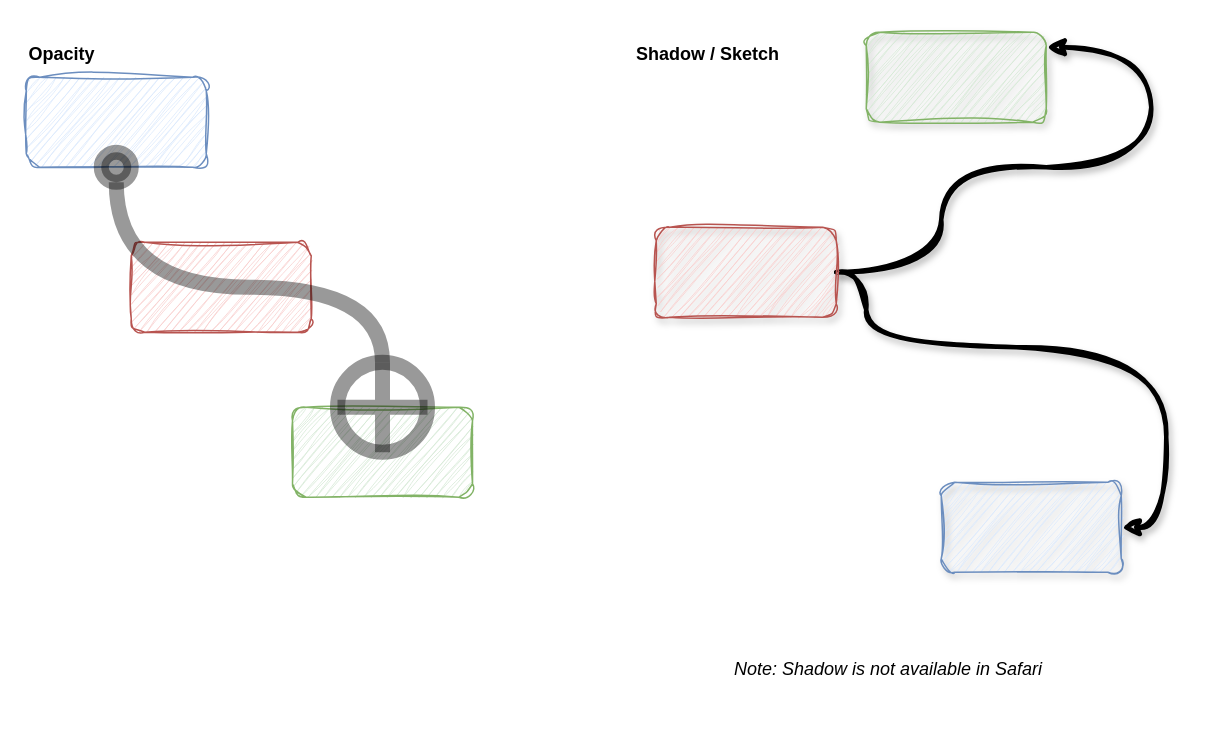
jgraph/drawio-diagrams keeps this draw.io diagram as page "Opacity, Shadow, Sketch" (3 of 15) of blog/connector-style-reference.drawio. Above is the earlier version. Source tidied: cells renumbered, new cells numbered last; positions are measured from the earlier drawing's top-left corner, leaving out a move shared by most shapes. Both pictures are drawn from the tidied source at 150%, with x=0, y=0 at pixel (26, 32).
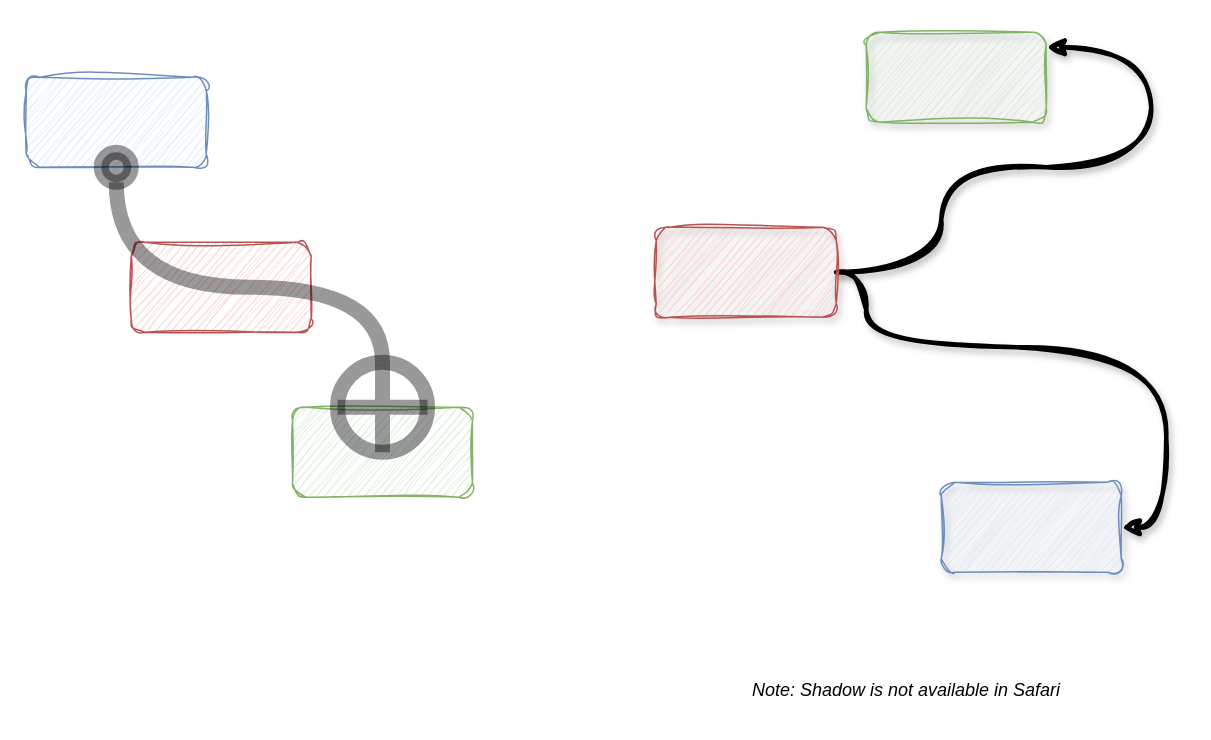
Above is the later version.

Change to the diagram source:
```diff
@@
-    <mxCell id="6" value="Opacity" style="text;html=1;whiteSpace=wrap;strokeColor=none;fillColor=none;align=left;verticalAlign=middle;rounded=0;fontStyle=1;" parent="1" vertex="1">
-      <mxGeometry width="110" height="30" as="geometry" />
-    </mxCell>
@@
-    <mxCell id="12" value="Shadow / Sketch" style="text;html=1;whiteSpace=wrap;strokeColor=none;fillColor=none;align=left;verticalAlign=middle;rounded=0;fontStyle=1;" parent="1" vertex="1">
-      <mxGeometry x="405" width="110" height="30" as="geometry" />
-    </mxCell>
     <mxCell id="13" value="&lt;i&gt;Note: Shadow is not available in Safari&lt;/i&gt;" style="text;html=1;whiteSpace=wrap;strokeColor=none;fillColor=none;align=center;verticalAlign=middle;rounded=0;" parent="1" vertex="1">
-      <mxGeometry x="390" y="410" width="370" height="30" as="geometry" />
+      <mxGeometry x="402" y="424" width="370" height="30" as="geometry" />
     </mxCell>
```
